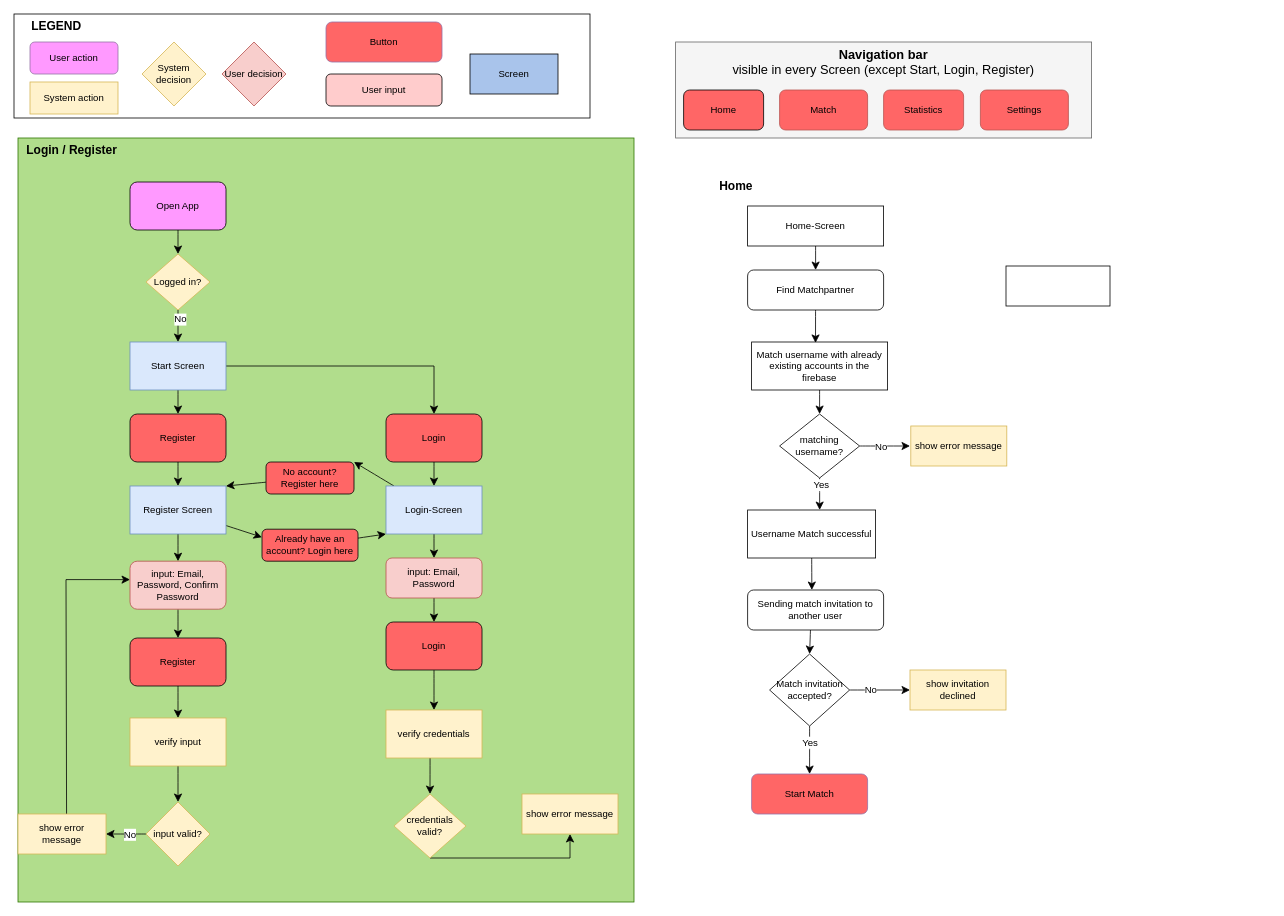
sophialenz46/Draw.io keeps this draw.io diagram as page "Ablaufdiagramm" (1 of 3) of Unbenanntes Diagramm.drawio. Above is the earlier version. Source tidied: cells renumbered, new cells numbered last; positions are measured from the earlier drawing's top-left corner, leaving out a move shared by most shapes. Both pictures are drawn from the tidied source at 80%, with x=0, y=0 at pixel (14, 14).
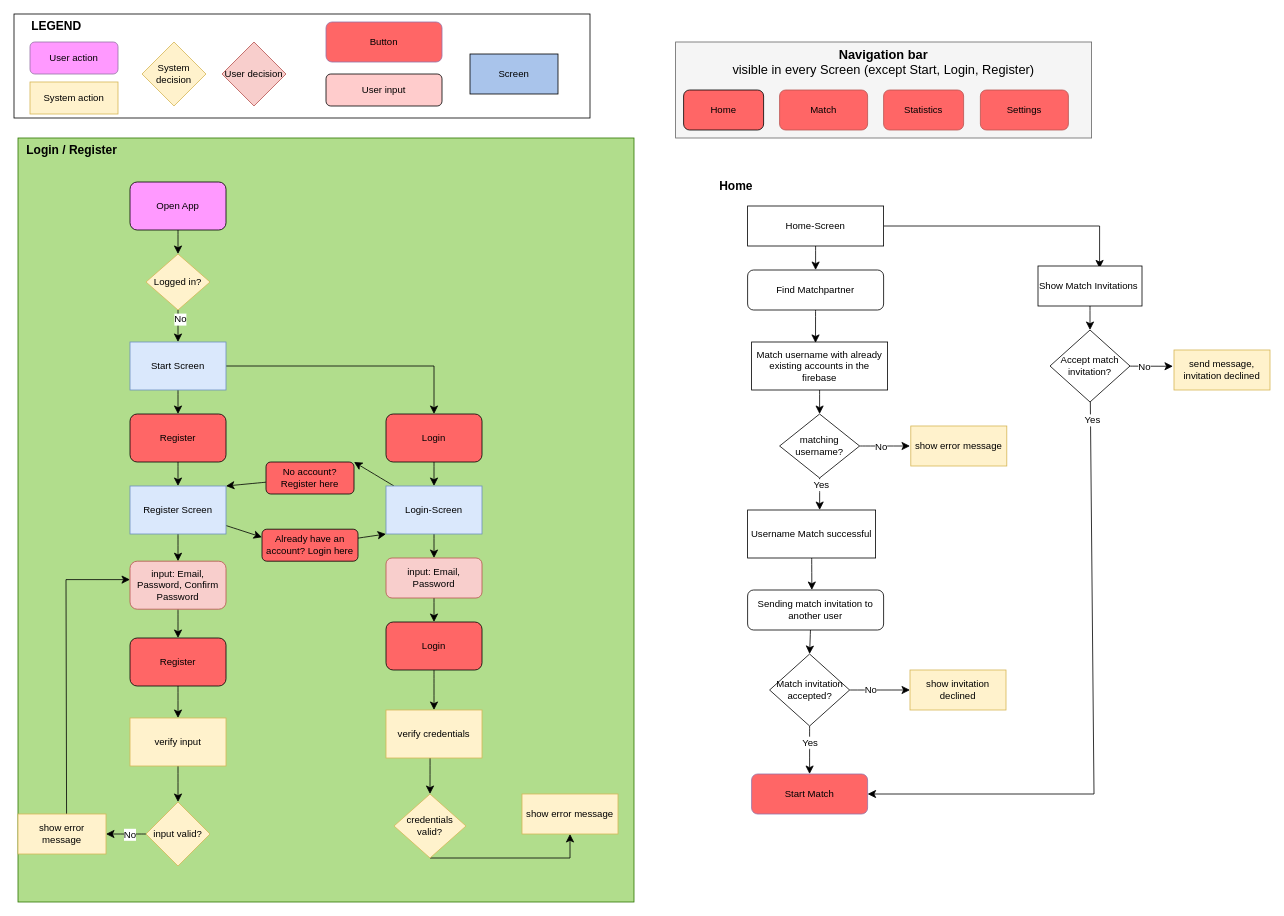
The same page after the edit.

The change refers to these unchanged cells:
```xml
<mxCell id="62" value="Home-Screen" style="rounded=0;whiteSpace=wrap;html=1;" parent="1" vertex="1">
  <mxGeometry x="917" y="240" width="170" height="50" as="geometry" />
</mxCell>
<mxCell id="63" value="Start Match" style="rounded=1;whiteSpace=wrap;html=1;roundedPerimeter=1;fillColor=light-dark(#FF6666,#392F3F);strokeColor=#9673a6;" parent="1" vertex="1">
  <mxGeometry x="922" y="950" width="145" height="50" as="geometry" />
</mxCell>
```

The edit, as a diff of the source:
```diff
@@
+    <mxCell id="86" style="edgeStyle=none;curved=0;rounded=0;jettySize=auto;html=1;fontSize=12;defaultLabelBackgroundColor=gap;startSize=8;endSize=8;entryX=0.592;entryY=0.06;entryDx=0;entryDy=0;entryPerimeter=0;" parent="1" edge="1" source="62" target="85">
+      <mxGeometry x="0.01" relative="1" as="geometry">
+        <Array as="points">
+          <mxPoint x="1357" y="265" />
+        </Array>
+      </mxGeometry>
+    </mxCell>
@@
+    <mxCell id="87" style="edgeStyle=none;curved=1;rounded=0;curveGeometry=1;jettySize=auto;html=1;entryX=0.5;entryY=0;entryDx=0;entryDy=0;fontSize=12;defaultLabelBackgroundColor=gap;startSize=8;endSize=8;" parent="1" edge="1" source="85" target="90">
+      <mxGeometry relative="1" as="geometry" />
+    </mxCell>
-    <mxCell id="85" style="rounded=0;whiteSpace=wrap;html=1;" parent="1" vertex="1">
-      <mxGeometry x="1240" y="315" width="130" height="50" as="geometry" />
+    <mxCell id="85" value="Show Match Invitations&amp;nbsp;" style="rounded=0;whiteSpace=wrap;html=1;" parent="1" vertex="1">
+      <mxGeometry x="1280" y="315" width="130" height="50" as="geometry" />
     </mxCell>
+    <mxCell id="88" style="edgeStyle=none;curved=0;rounded=0;jettySize=auto;html=1;fontSize=12;defaultLabelBackgroundColor=gap;startSize=8;endSize=8;entryX=1;entryY=0.5;entryDx=0;entryDy=0;" parent="1" edge="1" source="90" target="63">
+      <mxGeometry relative="1" as="geometry">
+        <Array as="points">
+          <mxPoint x="1350" y="975" />
+        </Array>
+      </mxGeometry>
+    </mxCell>
+    <mxCell id="89" value="Yes" style="edgeLabel;html=1;align=center;verticalAlign=middle;fontSize=12;defaultLabelBackgroundColor=gap;" parent="88" vertex="1">
+      <mxGeometry x="-0.94" y="2" relative="1" as="geometry" />
+    </mxCell>
+    <mxCell id="90" value="Accept match invitation?" style="rhombus;whiteSpace=wrap;html=1;shapeInside=1;" parent="1" vertex="1">
+      <mxGeometry x="1295" y="395" width="100" height="90" as="geometry" />
+    </mxCell>
+    <mxCell id="91" value="send message, invitation declined" style="rounded=0;whiteSpace=wrap;html=1;fillColor=#fff2cc;strokeColor=#d6b656;" parent="1" vertex="1">
+      <mxGeometry x="1450" y="420" width="120" height="50" as="geometry" />
+    </mxCell>
+    <mxCell id="92" style="edgeStyle=none;curved=1;rounded=0;curveGeometry=1;jettySize=auto;html=1;entryX=-0.011;entryY=0.407;entryDx=0;entryDy=0;entryPerimeter=0;fontSize=12;defaultLabelBackgroundColor=gap;startSize=8;endSize=8;" parent="1" edge="1" source="90" target="91">
+      <mxGeometry relative="1" as="geometry" />
+    </mxCell>
+    <mxCell id="93" value="No" style="edgeLabel;html=1;align=center;verticalAlign=middle;fontSize=12;defaultLabelBackgroundColor=gap;" parent="92" vertex="1">
+      <mxGeometry x="-0.33" y="-1" relative="1" as="geometry" />
+    </mxCell>
```
